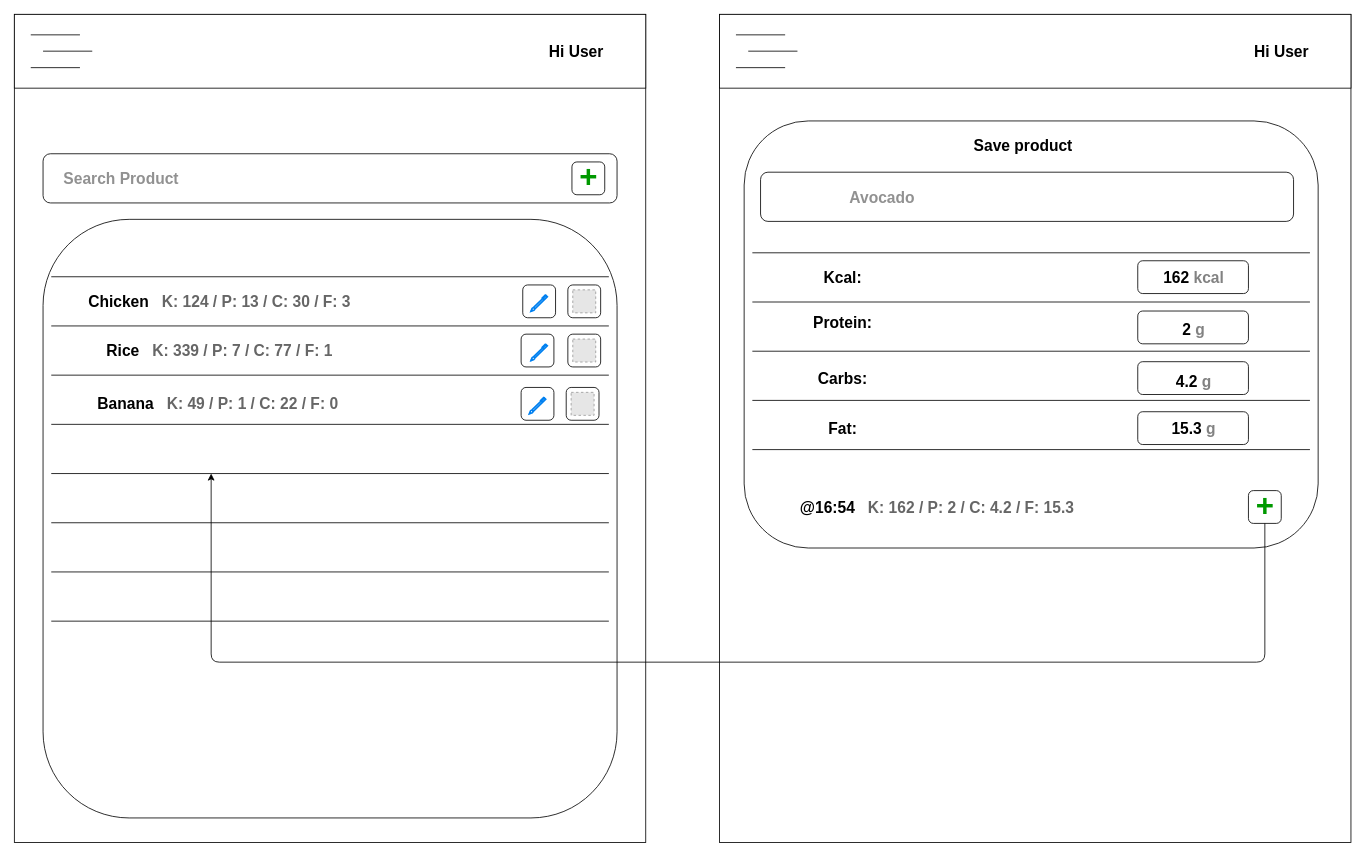
This is page "Products Page" (3 of 5) of CaloriesDb.drawio from pieczarkaniesmacznosci/calories-tracker, a draw.io file, before an edit. Source tidied: cells renumbered, new cells numbered last; positions are measured from the earlier drawing's top-left corner, leaving out a move shared by most shapes. Both pictures are drawn from the tidied source at 82%, with x=0, y=0 at pixel (14, 14). Pictures stored in the file or linked from it are replaced by grey dashed boxes.
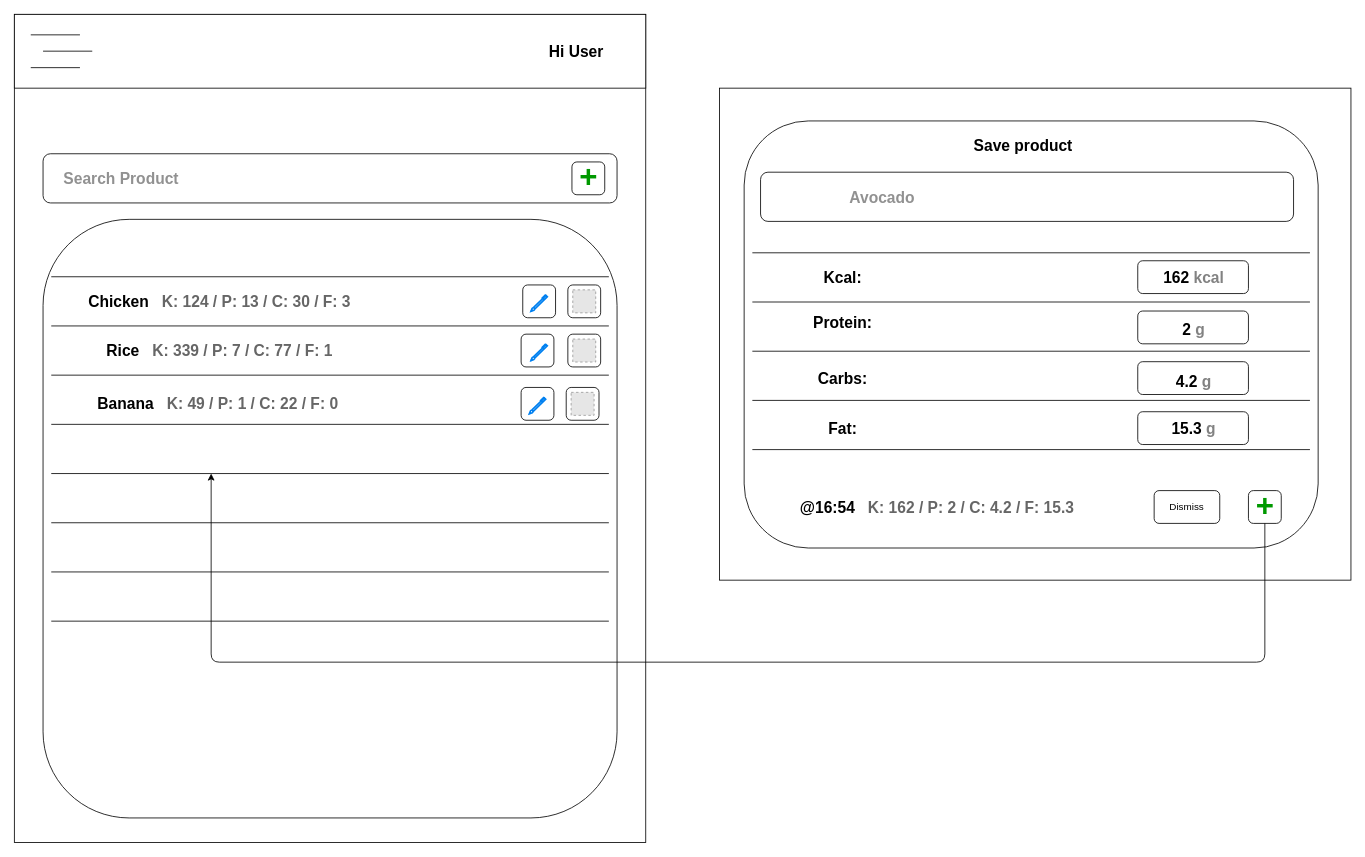
Above is the later version.

Change to the diagram source:
```diff
@@
+    <mxCell id="72" style="rounded=0;whiteSpace=wrap;html=1;" parent="1" vertex="1">
+      <mxGeometry x="860" y="90" width="770" height="600" as="geometry" />
+    </mxCell>
@@
-    <mxCell id="36" style="rounded=0;whiteSpace=wrap;html=1;" parent="1" vertex="1">
-      <mxGeometry x="860" width="770" height="1010" as="geometry" />
-    </mxCell>
@@
-    <mxCell id="38" style="rounded=0;whiteSpace=wrap;html=1;" parent="1" vertex="1">
-      <mxGeometry x="860" width="770" height="90" as="geometry" />
-    </mxCell>
-    <mxCell id="39" style="endArrow=none;html=1;" parent="1" edge="1">
-      <mxGeometry relative="1" as="geometry">
-        <mxPoint x="940" y="25" as="sourcePoint" />
-        <mxPoint x="880" y="25" as="targetPoint" />
-      </mxGeometry>
-    </mxCell>
-    <mxCell id="40" style="endArrow=none;html=1;" parent="1" edge="1">
-      <mxGeometry relative="1" as="geometry">
-        <mxPoint x="955" y="44.9" as="sourcePoint" />
-        <mxPoint x="895" y="44.9" as="targetPoint" />
-      </mxGeometry>
-    </mxCell>
-    <mxCell id="41" style="endArrow=none;html=1;" parent="1" edge="1">
-      <mxGeometry relative="1" as="geometry">
-        <mxPoint x="940" y="65" as="sourcePoint" />
-        <mxPoint x="880" y="65" as="targetPoint" />
-      </mxGeometry>
-    </mxCell>
-    <mxCell id="42" value="&lt;p style=&quot;line-height: 70% ; font-size: 19px&quot;&gt;Hi User&lt;/p&gt;" style="text;strokeColor=none;fillColor=none;html=1;fontSize=24;fontStyle=1;verticalAlign=middle;align=center;" parent="1" vertex="1">
-      <mxGeometry x="1495" y="25" width="100" height="40" as="geometry" />
-    </mxCell>
@@
+    <mxCell id="73" value="Dismiss" style="rounded=1;whiteSpace=wrap;html=1;fillColor=none;" parent="1" vertex="1">
+      <mxGeometry x="1390" y="580.8" width="80" height="40" as="geometry" />
+    </mxCell>
```
